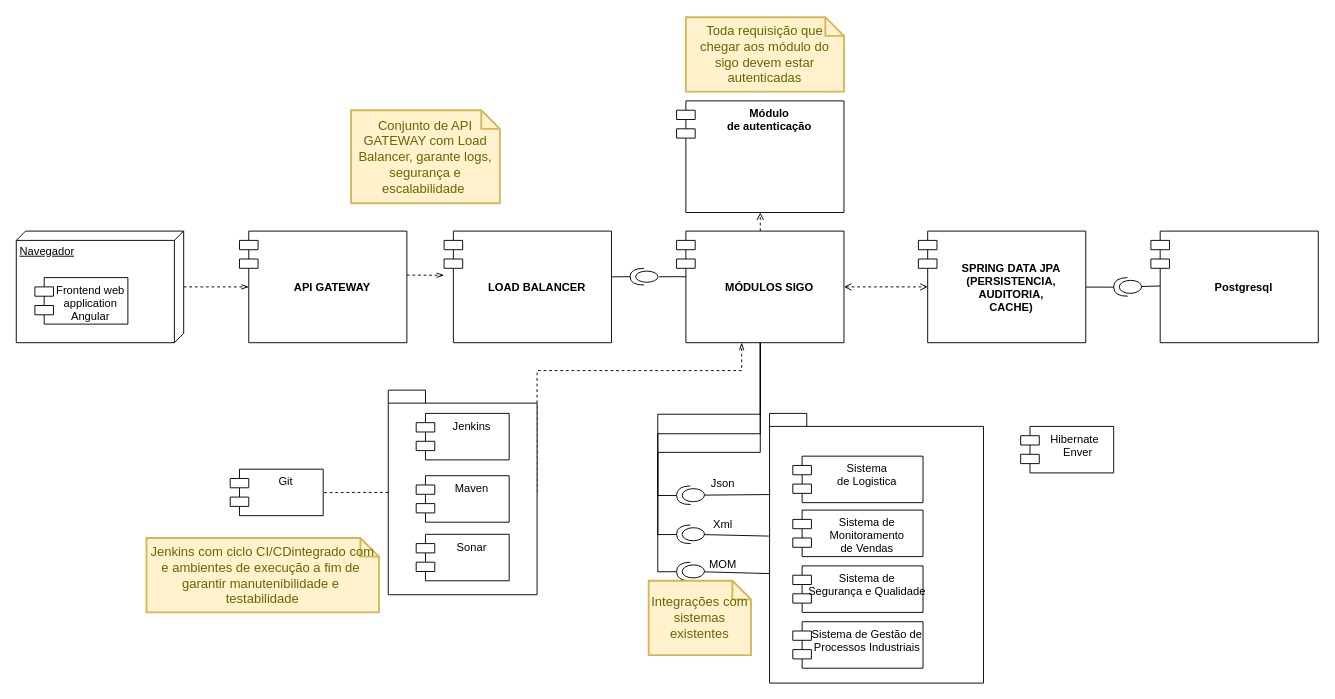
thallysfreed/arquitetura keeps this draw.io diagram as Diagrama de Componentes.drawio. Above is the earlier version. Source tidied: cells renumbered, new cells numbered last; positions are measured from the earlier drawing's top-left corner, leaving out a move shared by most shapes. Both pictures are drawn from the tidied source at 93%, with x=0, y=0 at pixel (16, 17).
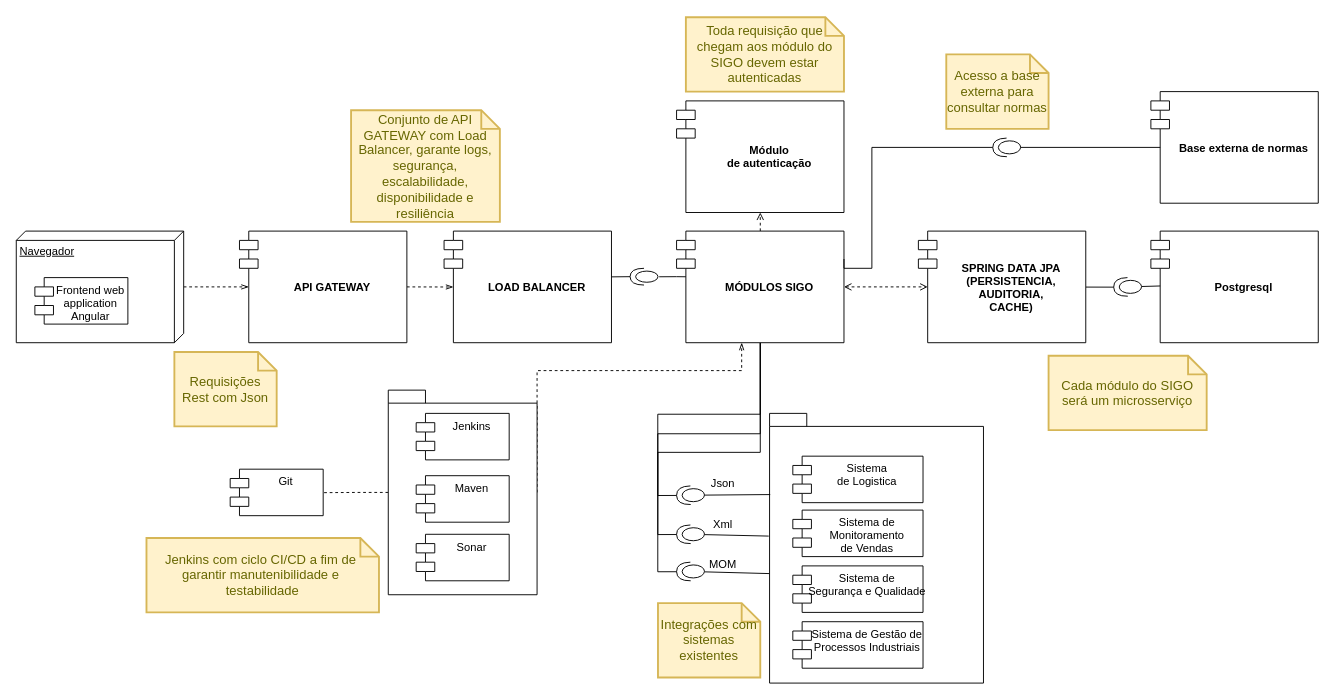
Above is the later version.

The change refers to these unchanged cells:
```xml
<mxCell id="32" value="MÓDULOS SIGO" style="shape=module;align=left;spacingLeft=20;align=center;verticalAlign=middle;fontStyle=1;" parent="1" vertex="1">
  <mxGeometry x="710" y="230" width="180" height="120" as="geometry" />
</mxCell>
<mxCell id="43" value="API GATEWAY" style="shape=module;align=left;spacingLeft=20;align=center;verticalAlign=middle;fontStyle=1;" parent="1" vertex="1">
  <mxGeometry x="240" y="230" width="180" height="120" as="geometry" />
</mxCell>
```

Change to the diagram source:
```diff
@@
-    <mxCell id="7" value="Módulo &#10;de autenticação" style="shape=module;align=left;spacingLeft=20;align=center;verticalAlign=top;fontStyle=1;" parent="1" vertex="1">
+    <mxCell id="7" value="Módulo &#10;de autenticação" style="shape=module;align=left;spacingLeft=20;align=center;verticalAlign=middle;fontStyle=1;" parent="1" vertex="1">
       <mxGeometry x="710" y="90" width="180" height="120" as="geometry" />
     </mxCell>
@@
-    <mxCell id="38" value="Toda requisição que chegar aos módulo do sigo devem estar autenticadas" style="shape=note;strokeWidth=2;fontSize=14;size=20;whiteSpace=wrap;html=1;fillColor=#fff2cc;strokeColor=#d6b656;fontColor=#666600;" parent="1" vertex="1">
+    <mxCell id="38" value="Toda requisição que chegam aos módulo do SIGO devem estar autenticadas" style="shape=note;strokeWidth=2;fontSize=14;size=20;whiteSpace=wrap;html=1;fillColor=#fff2cc;strokeColor=#d6b656;fontColor=#666600;" parent="1" vertex="1">
       <mxGeometry x="720" width="170" height="80" as="geometry" />
     </mxCell>
-    <mxCell id="39" value="Conjunto de API GATEWAY com Load Balancer, garante logs, segurança e escalabilidade&amp;nbsp;" style="shape=note;strokeWidth=2;fontSize=14;size=20;whiteSpace=wrap;html=1;fillColor=#fff2cc;strokeColor=#d6b656;fontColor=#666600;" parent="1" vertex="1">
-      <mxGeometry x="360" y="100" width="160" height="100" as="geometry" />
+    <mxCell id="39" value="Conjunto de API GATEWAY com Load Balancer, garante logs, segurança, escalabilidade, disponibilidade e resiliência" style="shape=note;strokeWidth=2;fontSize=14;size=20;whiteSpace=wrap;html=1;fillColor=#fff2cc;strokeColor=#d6b656;fontColor=#666600;" parent="1" vertex="1">
+      <mxGeometry x="360" y="100" width="160" height="120" as="geometry" />
     </mxCell>
     <mxCell id="40" value="Integrações com sistemas existentes" style="shape=note;strokeWidth=2;fontSize=14;size=20;whiteSpace=wrap;html=1;fillColor=#fff2cc;strokeColor=#d6b656;fontColor=#666600;" parent="1" vertex="1">
-      <mxGeometry x="680" y="606" width="110" height="80" as="geometry" />
+      <mxGeometry x="690" y="630" width="110" height="80" as="geometry" />
     </mxCell>
-    <mxCell id="41" style="edgeStyle=none;rounded=0;orthogonalLoop=1;jettySize=auto;html=1;entryX=0;entryY=0;entryDx=0;entryDy=50;entryPerimeter=0;dashed=1;startArrow=none;startFill=0;endArrow=openThin;endFill=0;" parent="1" edge="1">
+    <mxCell id="41" style="edgeStyle=none;rounded=0;jettySize=auto;html=1;entryX=0;entryY=0;entryDx=0;entryDy=50;entryPerimeter=0;dashed=1;startArrow=none;startFill=0;endArrow=openThin;endFill=0;exitX=1;exitY=0.5;exitDx=0;exitDy=0;" parent="1" edge="1" source="43">
       <mxGeometry relative="1" as="geometry">
-        <mxPoint x="390" y="277.1" as="sourcePoint" />
-        <mxPoint x="460" y="277.5" as="targetPoint" />
+        <mxPoint x="470" y="290.1" as="targetPoint" />
       </mxGeometry>
     </mxCell>
-    <mxCell id="42" value="Jenkins com ciclo CI/CDintegrado com e ambientes de execução a fim de&amp;nbsp;&lt;br&gt;garantir manutenibilidade e&amp;nbsp;&lt;br&gt;testabilidade" style="shape=note;strokeWidth=2;fontSize=14;size=20;whiteSpace=wrap;html=1;fillColor=#fff2cc;strokeColor=#d6b656;fontColor=#666600;" parent="1" vertex="1">
+    <mxCell id="42" value="Jenkins com ciclo CI/CD a fim de&amp;nbsp;&lt;br&gt;garantir manutenibilidade e&amp;nbsp;&lt;br&gt;testabilidade" style="shape=note;strokeWidth=2;fontSize=14;size=20;whiteSpace=wrap;html=1;fillColor=#fff2cc;strokeColor=#d6b656;fontColor=#666600;" parent="1" vertex="1">
       <mxGeometry x="140" y="560" width="250" height="80" as="geometry" />
     </mxCell>
@@
-    <mxCell id="47" value="Hibernate &#10; Enver&#10;" style="shape=module;align=left;spacingLeft=20;align=center;verticalAlign=top;" parent="1" vertex="1">
-      <mxGeometry x="1080" y="440" width="100" height="50" as="geometry" />
-    </mxCell>
@@
+    <mxCell id="52" value="Requisições Rest com Json" style="shape=note;strokeWidth=2;fontSize=14;size=20;whiteSpace=wrap;html=1;fillColor=#fff2cc;strokeColor=#d6b656;fontColor=#666600;" parent="1" vertex="1">
+      <mxGeometry x="170" y="360" width="110" height="80" as="geometry" />
+    </mxCell>
+    <mxCell id="53" value="Base externa de normas" style="shape=module;align=left;spacingLeft=20;align=center;verticalAlign=middle;fontStyle=1;" parent="1" vertex="1">
+      <mxGeometry x="1220" y="80" width="180" height="120" as="geometry" />
+    </mxCell>
+    <mxCell id="54" style="edgeStyle=none;rounded=0;jettySize=auto;html=1;startArrow=none;startFill=0;endArrow=none;endFill=0;entryX=0.056;entryY=0.5;entryDx=0;entryDy=0;entryPerimeter=0;" parent="1" edge="1" source="56" target="53">
+      <mxGeometry relative="1" as="geometry" />
+    </mxCell>
+    <mxCell id="55" style="edgeStyle=orthogonalEdgeStyle;rounded=0;jettySize=auto;html=1;startArrow=none;startFill=0;endArrow=none;endFill=0;entryX=1;entryY=0.25;entryDx=0;entryDy=0;" parent="1" edge="1" source="56" target="32">
+      <mxGeometry relative="1" as="geometry">
+        <Array as="points">
+          <mxPoint x="920" y="140" />
+          <mxPoint x="920" y="270" />
+          <mxPoint x="890" y="270" />
+        </Array>
+      </mxGeometry>
+    </mxCell>
+    <mxCell id="56" style="shape=providedRequiredInterface;html=1;verticalLabelPosition=bottom;rotation=-1;direction=west;" parent="1" vertex="1">
+      <mxGeometry x="1050" y="130" width="30" height="20" as="geometry" />
+    </mxCell>
+    <mxCell id="57" value="Cada módulo do SIGO será um microsserviço" style="shape=note;strokeWidth=2;fontSize=14;size=20;whiteSpace=wrap;html=1;fillColor=#fff2cc;strokeColor=#d6b656;fontColor=#666600;" parent="1" vertex="1">
+      <mxGeometry x="1110" y="364" width="170" height="80" as="geometry" />
+    </mxCell>
+    <mxCell id="58" value="Acesso a base externa para consultar normas" style="shape=note;strokeWidth=2;fontSize=14;size=20;whiteSpace=wrap;html=1;fillColor=#fff2cc;strokeColor=#d6b656;fontColor=#666600;" parent="1" vertex="1">
+      <mxGeometry x="1000" y="40" width="110" height="80" as="geometry" />
+    </mxCell>
```
